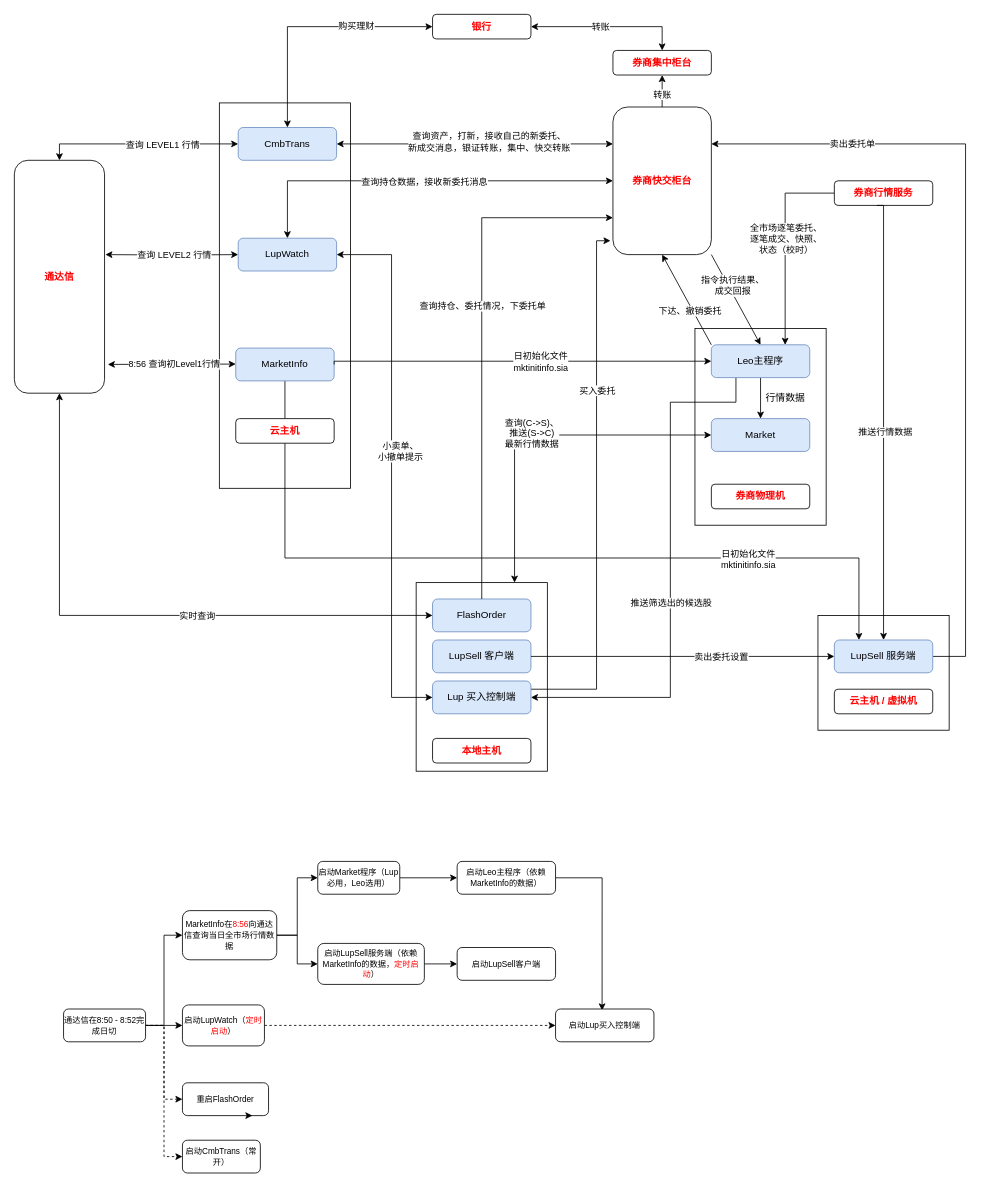
Before: structure.drawio in haycheng/draw.io, a draw.io diagram. Source tidied: cells renumbered, new cells numbered last; positions are measured from the earlier drawing's top-left corner, leaving out a move shared by most shapes. Both pictures are drawn from the tidied source at 82%, with x=0, y=0 at pixel (14, 14).
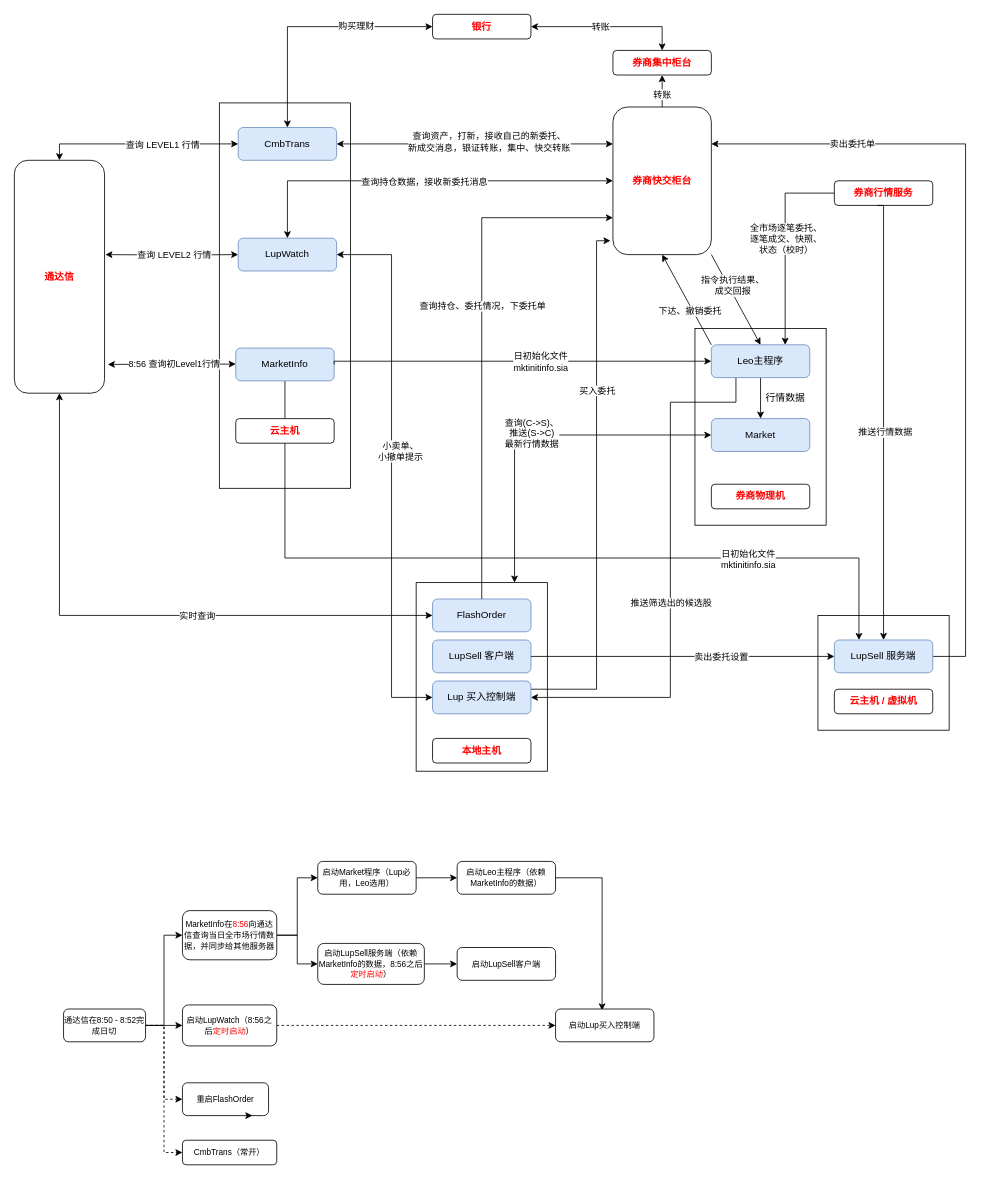
Above is the later version.

Diff of the diagram source:
```diff
@@
-    <mxCell id="77" value="&lt;p class=&quot;MsoNormal&quot; style=&quot;line-height: 10.0pt&quot;&gt;&lt;span lang=&quot;EN-US&quot; style=&quot;font-size: 7.5pt&quot;&gt;MarketInfo&lt;/span&gt;&lt;span style=&quot;font-size: 7.5pt&quot;&gt;在&lt;span lang=&quot;EN-US&quot; style=&quot;color: red&quot;&gt;8:56&lt;/span&gt;向通达信查询当日全市场行情数据&lt;span lang=&quot;EN-US&quot;&gt;&lt;/span&gt;&lt;/span&gt;&lt;/p&gt;" style="rounded=1;whiteSpace=wrap;html=1;" parent="1" vertex="1">
+    <mxCell id="77" value="&lt;p class=&quot;MsoNormal&quot; style=&quot;line-height: 10.0pt&quot;&gt;&lt;span lang=&quot;EN-US&quot; style=&quot;font-size: 7.5pt&quot;&gt;MarketInfo&lt;/span&gt;&lt;span style=&quot;font-size: 7.5pt&quot;&gt;在&lt;span lang=&quot;EN-US&quot; style=&quot;color: red&quot;&gt;8:56&lt;/span&gt;向通达信查询当日全市场行情数据，并同步给其他服务器&lt;span lang=&quot;EN-US&quot;&gt;&lt;/span&gt;&lt;/span&gt;&lt;/p&gt;" style="rounded=1;whiteSpace=wrap;html=1;" parent="1" vertex="1">
       <mxGeometry x="205" y="1093" width="115" height="60" as="geometry" />
     </mxCell>
@@
-    <mxCell id="79" value="&lt;p class=&quot;MsoNormal&quot; style=&quot;line-height: 10.0pt&quot;&gt;&lt;span style=&quot;font-size: 7.5pt&quot;&gt;启动&lt;span lang=&quot;EN-US&quot;&gt;LupWatch&lt;/span&gt;（&lt;font color=&quot;#ff0000&quot;&gt;定时&lt;/font&gt;&lt;span style=&quot;color: red&quot;&gt;启动&lt;/span&gt;）&lt;span lang=&quot;EN-US&quot;&gt;&lt;/span&gt;&lt;/span&gt;&lt;/p&gt;" style="rounded=1;whiteSpace=wrap;html=1;" parent="1" vertex="1">
-      <mxGeometry x="205" y="1208" width="100" height="50" as="geometry" />
+    <mxCell id="79" value="&lt;p class=&quot;MsoNormal&quot; style=&quot;line-height: 10.0pt&quot;&gt;&lt;span style=&quot;font-size: 7.5pt&quot;&gt;启动&lt;span lang=&quot;EN-US&quot;&gt;LupWatch&lt;/span&gt;（8:56之后&lt;font color=&quot;#ff0000&quot;&gt;定时&lt;/font&gt;&lt;span style=&quot;color: red&quot;&gt;启动&lt;/span&gt;）&lt;span lang=&quot;EN-US&quot;&gt;&lt;/span&gt;&lt;/span&gt;&lt;/p&gt;" style="rounded=1;whiteSpace=wrap;html=1;" parent="1" vertex="1">
+      <mxGeometry x="205" y="1208" width="115" height="50" as="geometry" />
     </mxCell>
@@
     <mxCell id="83" value="&lt;p class=&quot;MsoNormal&quot; style=&quot;line-height: 10.0pt&quot;&gt;&lt;span style=&quot;font-size: 7.5pt&quot;&gt;启动&lt;span lang=&quot;EN-US&quot;&gt;Market&lt;/span&gt;程序（Lup必用，Leo选用）&lt;span lang=&quot;EN-US&quot;&gt;&lt;/span&gt;&lt;/span&gt;&lt;/p&gt;" style="rounded=1;whiteSpace=wrap;html=1;" parent="1" vertex="1">
-      <mxGeometry x="370" y="1033" width="100" height="40" as="geometry" />
+      <mxGeometry x="370" y="1033" width="120" height="40" as="geometry" />
     </mxCell>
@@
-    <mxCell id="87" value="&lt;p class=&quot;MsoNormal&quot; style=&quot;line-height: 10.0pt&quot;&gt;&lt;span style=&quot;font-size: 7.5pt&quot;&gt;启动&lt;span lang=&quot;EN-US&quot;&gt;LupSell&lt;/span&gt;服务端（依赖MarketInfo的数据，&lt;font color=&quot;#ff0000&quot;&gt;定时启动&lt;/font&gt;）&lt;span lang=&quot;EN-US&quot;&gt;&lt;/span&gt;&lt;/span&gt;&lt;/p&gt;" style="rounded=1;whiteSpace=wrap;html=1;" parent="1" vertex="1">
+    <mxCell id="87" value="&lt;p class=&quot;MsoNormal&quot; style=&quot;line-height: 10.0pt&quot;&gt;&lt;span style=&quot;font-size: 7.5pt&quot;&gt;启动&lt;span lang=&quot;EN-US&quot;&gt;LupSell&lt;/span&gt;服务端（依赖MarketInfo的数据，8:56之后&lt;font color=&quot;#ff0000&quot;&gt;定时启动&lt;/font&gt;）&lt;span lang=&quot;EN-US&quot;&gt;&lt;/span&gt;&lt;/span&gt;&lt;/p&gt;" style="rounded=1;whiteSpace=wrap;html=1;" parent="1" vertex="1">
       <mxGeometry x="370" y="1133" width="130" height="50" as="geometry" />
     </mxCell>
@@
-    <mxCell id="90" value="&lt;p class=&quot;MsoNormal&quot; style=&quot;line-height: 10.0pt&quot;&gt;&lt;span style=&quot;font-size: 7.5pt&quot;&gt;启动CmbTrans（常开）&lt;/span&gt;&lt;/p&gt;" style="rounded=1;whiteSpace=wrap;html=1;" parent="1" vertex="1">
-      <mxGeometry x="205" y="1373" width="95" height="40" as="geometry" />
+    <mxCell id="90" value="&lt;p class=&quot;MsoNormal&quot; style=&quot;line-height: 10.0pt&quot;&gt;&lt;span style=&quot;font-size: 7.5pt&quot;&gt;CmbTrans（常开）&lt;/span&gt;&lt;/p&gt;" style="rounded=1;whiteSpace=wrap;html=1;" parent="1" vertex="1">
+      <mxGeometry x="205" y="1373" width="115" height="30" as="geometry" />
     </mxCell>
```
